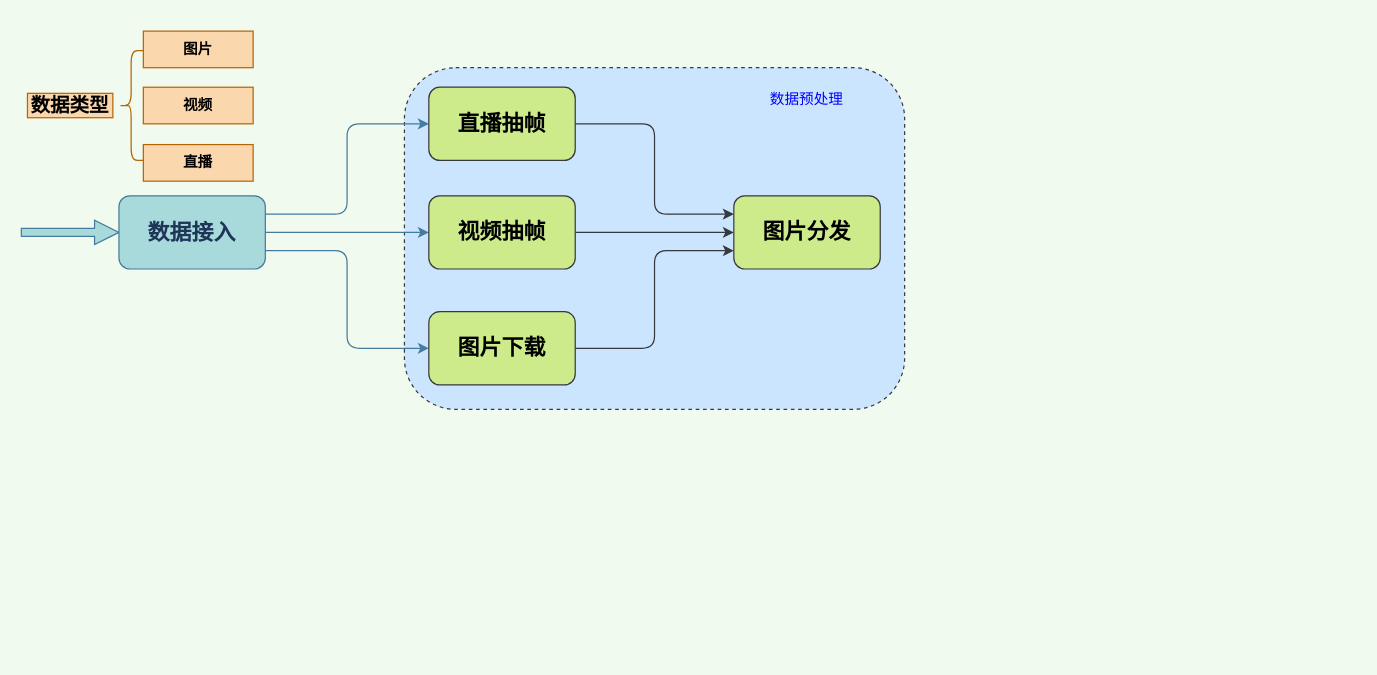
Above: engine_system/engine_system_architecture.drawio in xwzj01ht/diagrams (draw.io), before the change. Source tidied: cells renumbered, new cells numbered last; positions are measured from the earlier drawing's top-left corner, leaving out a move shared by most shapes. Both pictures are drawn from the tidied source at 122%, with x=0, y=0 at pixel (21, 30).
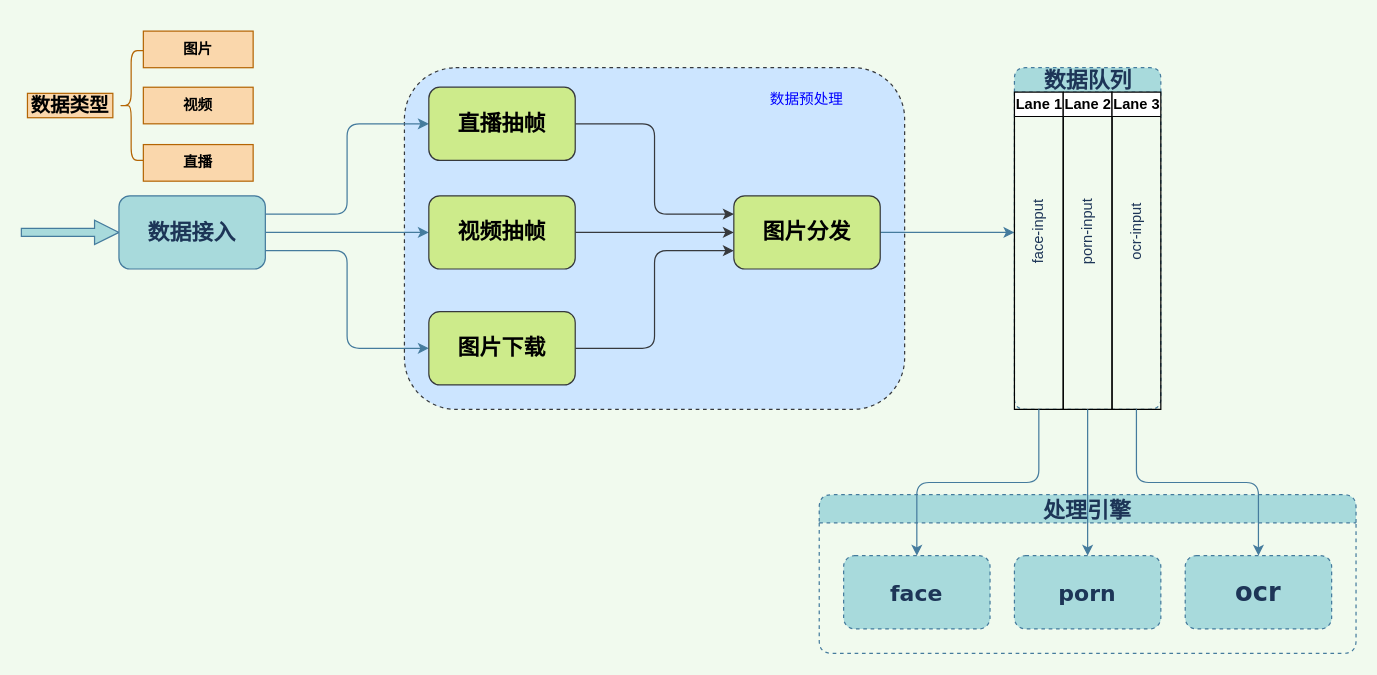
After the change.

Commit message:
数据队列、处理引擎

The change refers to these unchanged cells:
```xml
<mxCell id="19" value="&lt;h3 style=&quot;font-size: 18px&quot;&gt;图片分发&lt;/h3&gt;" style="rounded=1;whiteSpace=wrap;html=1;sketch=0;strokeColor=#36393d;fillColor=#cdeb8b;" parent="1" vertex="1">
  <mxGeometry x="584" y="135" width="120" height="60" as="geometry" />
</mxCell>
```

The edit, as a diff of the source:
```diff
@@
+    <mxCell id="21" style="edgeStyle=orthogonalEdgeStyle;curved=0;rounded=1;sketch=0;jettySize=auto;html=1;strokeColor=#457B9D;fillColor=#A8DADC;fontColor=#1D3557;" parent="1" edge="1" source="19">
+      <mxGeometry relative="1" as="geometry">
+        <mxPoint x="814" y="165" as="targetPoint" />
+      </mxGeometry>
+    </mxCell>
@@
+    <mxCell id="22" value="&lt;h3&gt;&lt;font style=&quot;font-size: 18px&quot; face=&quot;Verdana&quot;&gt;数据队列&lt;/font&gt;&lt;/h3&gt;" style="swimlane;html=1;startSize=20;rounded=1;shadow=0;glass=0;dashed=1;sketch=0;strokeColor=#457B9D;fillColor=#A8DADC;fontColor=#1D3557;" parent="1" vertex="1">
+      <mxGeometry x="814" y="30" width="120" height="280" as="geometry" />
+    </mxCell>
+    <mxCell id="23" value="Lane 1" style="swimlane;html=1;startSize=20;" parent="22" vertex="1">
+      <mxGeometry y="20" width="40" height="260" as="geometry" />
+    </mxCell>
+    <mxCell id="24" value="face-input" style="text;html=1;align=center;verticalAlign=middle;fontColor=#1D3557;horizontal=0;" parent="23" vertex="1">
+      <mxGeometry x="5" y="85" width="30" height="60" as="geometry" />
+    </mxCell>
+    <mxCell id="25" value="Lane 2" style="swimlane;html=1;startSize=20;" parent="22" vertex="1">
+      <mxGeometry x="40" y="20" width="40" height="260" as="geometry" />
+    </mxCell>
+    <mxCell id="26" value="porn-input" style="text;html=1;align=center;verticalAlign=middle;fontColor=#1D3557;horizontal=0;" parent="25" vertex="1">
+      <mxGeometry x="5" y="85" width="30" height="60" as="geometry" />
+    </mxCell>
+    <mxCell id="27" value="Lane 3" style="swimlane;html=1;startSize=20;" parent="22" vertex="1">
+      <mxGeometry x="80" y="20" width="40" height="260" as="geometry" />
+    </mxCell>
+    <mxCell id="28" value="ocr-input" style="text;html=1;align=center;verticalAlign=middle;fontColor=#1D3557;horizontal=0;" parent="27" vertex="1">
+      <mxGeometry x="5" y="90" width="30" height="50" as="geometry" />
+    </mxCell>
+    <mxCell id="29" value="处理引擎" style="swimlane;rounded=1;shadow=0;glass=0;dashed=1;sketch=0;strokeColor=#457B9D;fillColor=#A8DADC;fontColor=#1D3557;fontSize=18;fontFamily=Verdana;" parent="1" vertex="1">
+      <mxGeometry x="654" y="380" width="440" height="130" as="geometry" />
+    </mxCell>
+    <mxCell id="30" value="&lt;h3&gt;&lt;font style=&quot;font-size: 18px&quot;&gt;face&lt;/font&gt;&lt;/h3&gt;" style="rounded=1;whiteSpace=wrap;html=1;shadow=0;glass=0;dashed=1;sketch=0;strokeColor=#457B9D;fillColor=#A8DADC;fontFamily=Verdana;fontSize=18;fontColor=#1D3557;" parent="29" vertex="1">
+      <mxGeometry x="20" y="50" width="120" height="60" as="geometry" />
+    </mxCell>
+    <mxCell id="31" value="&lt;h3&gt;&lt;font style=&quot;font-size: 18px&quot;&gt;porn&lt;/font&gt;&lt;/h3&gt;" style="rounded=1;whiteSpace=wrap;html=1;shadow=0;glass=0;dashed=1;sketch=0;strokeColor=#457B9D;fillColor=#A8DADC;fontFamily=Verdana;fontSize=18;fontColor=#1D3557;" parent="29" vertex="1">
+      <mxGeometry x="160" y="50" width="120" height="60" as="geometry" />
+    </mxCell>
+    <mxCell id="32" value="&lt;h3&gt;ocr&lt;/h3&gt;" style="rounded=1;whiteSpace=wrap;html=1;shadow=0;glass=0;dashed=1;sketch=0;strokeColor=#457B9D;fillColor=#A8DADC;fontFamily=Verdana;fontSize=18;fontColor=#1D3557;" parent="29" vertex="1">
+      <mxGeometry x="300" y="50" width="120" height="60" as="geometry" />
+    </mxCell>
+    <mxCell id="33" style="edgeStyle=orthogonalEdgeStyle;curved=0;rounded=1;sketch=0;jettySize=auto;html=1;exitX=0.5;exitY=1;exitDx=0;exitDy=0;entryX=0.5;entryY=0;entryDx=0;entryDy=0;strokeColor=#457B9D;fillColor=#A8DADC;fontFamily=Verdana;fontSize=18;fontColor=#1D3557;" parent="1" edge="1" source="23" target="30">
+      <mxGeometry relative="1" as="geometry" />
+    </mxCell>
+    <mxCell id="34" style="edgeStyle=orthogonalEdgeStyle;curved=0;rounded=1;sketch=0;jettySize=auto;html=1;exitX=0.5;exitY=1;exitDx=0;exitDy=0;entryX=0.5;entryY=0;entryDx=0;entryDy=0;strokeColor=#457B9D;fillColor=#A8DADC;fontFamily=Verdana;fontSize=18;fontColor=#1D3557;" parent="1" edge="1" source="25" target="31">
+      <mxGeometry relative="1" as="geometry" />
+    </mxCell>
+    <mxCell id="35" style="edgeStyle=orthogonalEdgeStyle;curved=0;rounded=1;sketch=0;jettySize=auto;html=1;exitX=0.5;exitY=1;exitDx=0;exitDy=0;strokeColor=#457B9D;fillColor=#A8DADC;fontFamily=Verdana;fontSize=18;fontColor=#1D3557;" parent="1" edge="1" source="27" target="32">
+      <mxGeometry relative="1" as="geometry" />
+    </mxCell>
```
